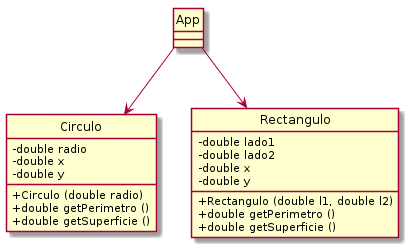
meschoyez/111mil-2020-PrimerosObjetos keeps this PlantUML diagram as App.png. Above is the earlier version. The source it was exported from:
```plantuml
@startuml App

skinparam ClassAttributeIconSize 0
hide circle

class Circulo {
    - double radio
    - double x
    - double y
    + Circulo (double radio)
    + double getPerimetro ()
    + double getSuperficie ()
}

class Rectangulo {
    - double lado1
    - double lado2
    - double x
    - double y
    + Rectangulo (double l1, double l2)
    + double getPerimetro ()
    + double getSuperficie ()
}

App --> Circulo
App --> Rectangulo

@enduml
```
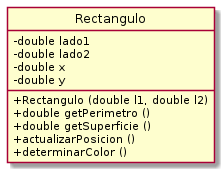
After the change.

What changed in the source:
```diff
@@ -2,15 +2,6 @@
 
 skinparam ClassAttributeIconSize 0
 hide circle
-
-class Circulo {
-    - double radio
-    - double x
-    - double y
-    + Circulo (double radio)
-    + double getPerimetro ()
-    + double getSuperficie ()
-}
 
 class Rectangulo {
     - double lado1
@@ -20,9 +11,8 @@
     + Rectangulo (double l1, double l2)
     + double getPerimetro ()
     + double getSuperficie ()
+    + actualizarPosicion ()
+    + determinarColor ()
 }
 
-App --> Circulo
-App --> Rectangulo
-
 @enduml
```
